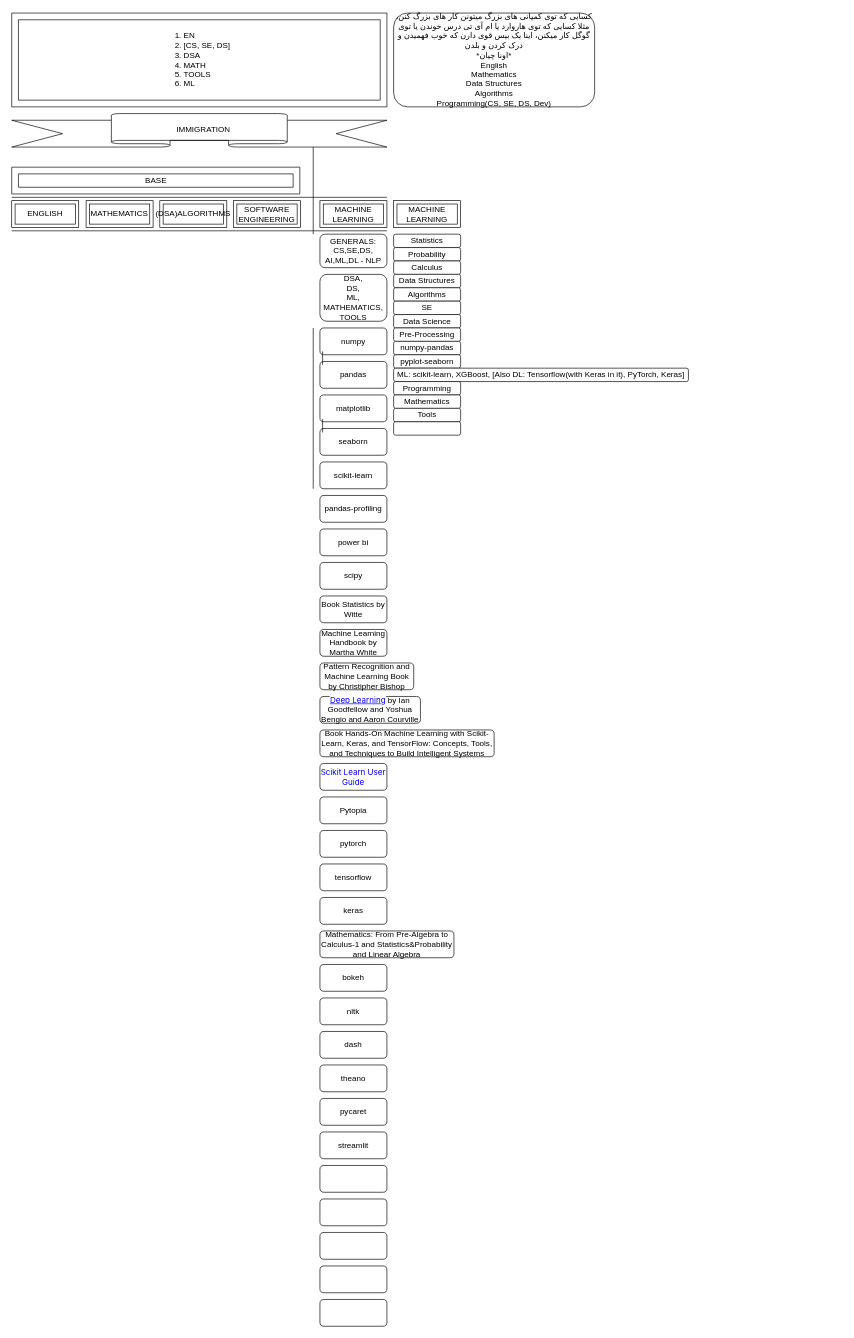
Earlier version of the draw.io diagram Specific-RoadMap/draw/Untitled Diagram.drawio (amir4v/dev). Source tidied: cells renumbered, new cells numbered last; positions are measured from the earlier drawing's top-left corner, leaving out a move shared by most shapes. Both pictures are drawn from the tidied source at 67%, with x=0, y=0 at pixel (11, 13).
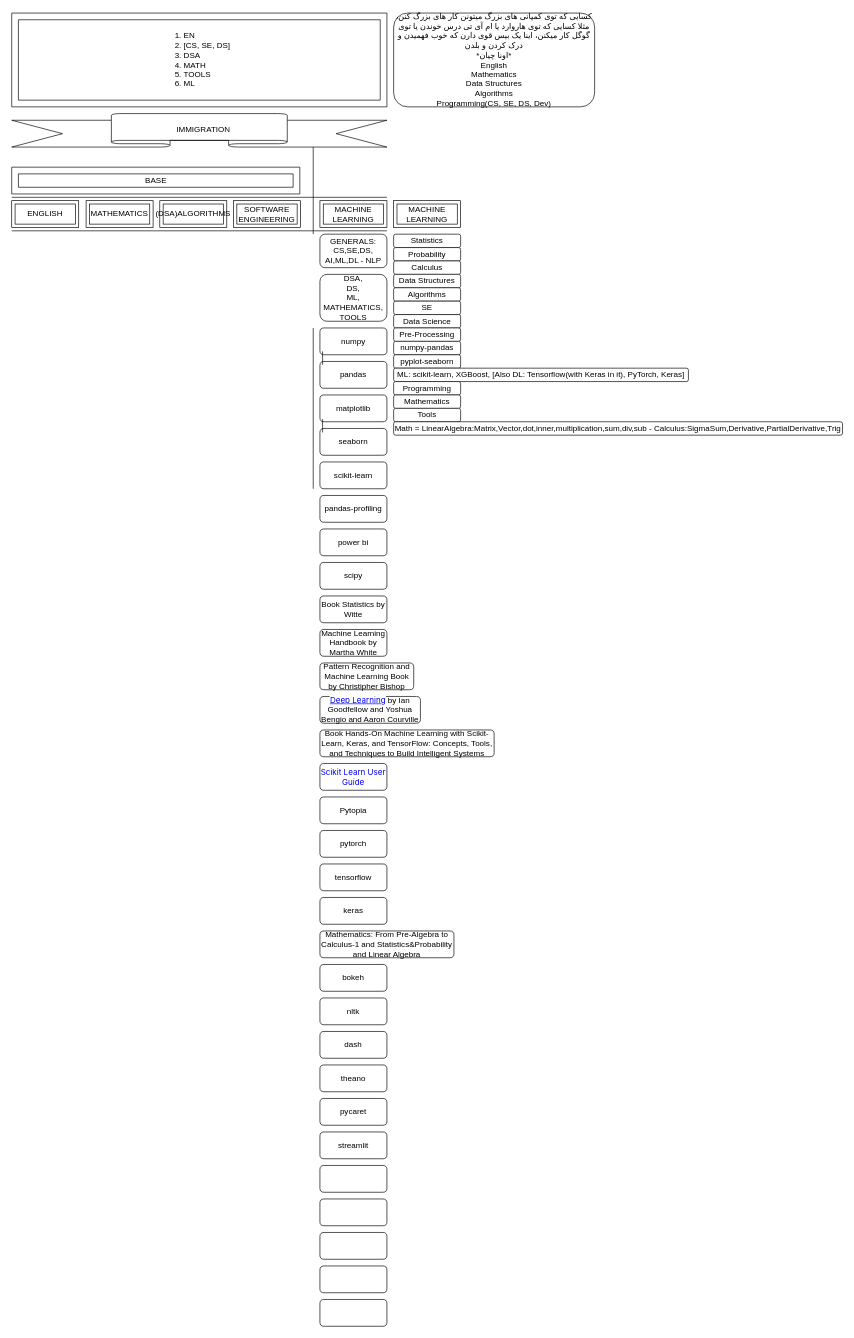
After the change.

What changed in the source:
```diff
@@
-    <mxCell id="67" style="rounded=1;whiteSpace=wrap;html=1;" parent="1" vertex="1">
-      <mxGeometry x="570" y="610" width="100" height="20" as="geometry" />
+    <mxCell id="67" value="Math = LinearAlgebra:Matrix,Vector,dot,inner,multiplication,sum,div,sub - Calculus:SigmaSum,Derivative,PartialDerivative,Trig" style="rounded=1;whiteSpace=wrap;html=1;" parent="1" vertex="1">
+      <mxGeometry x="570" y="610" width="670" height="20" as="geometry" />
     </mxCell>
```
